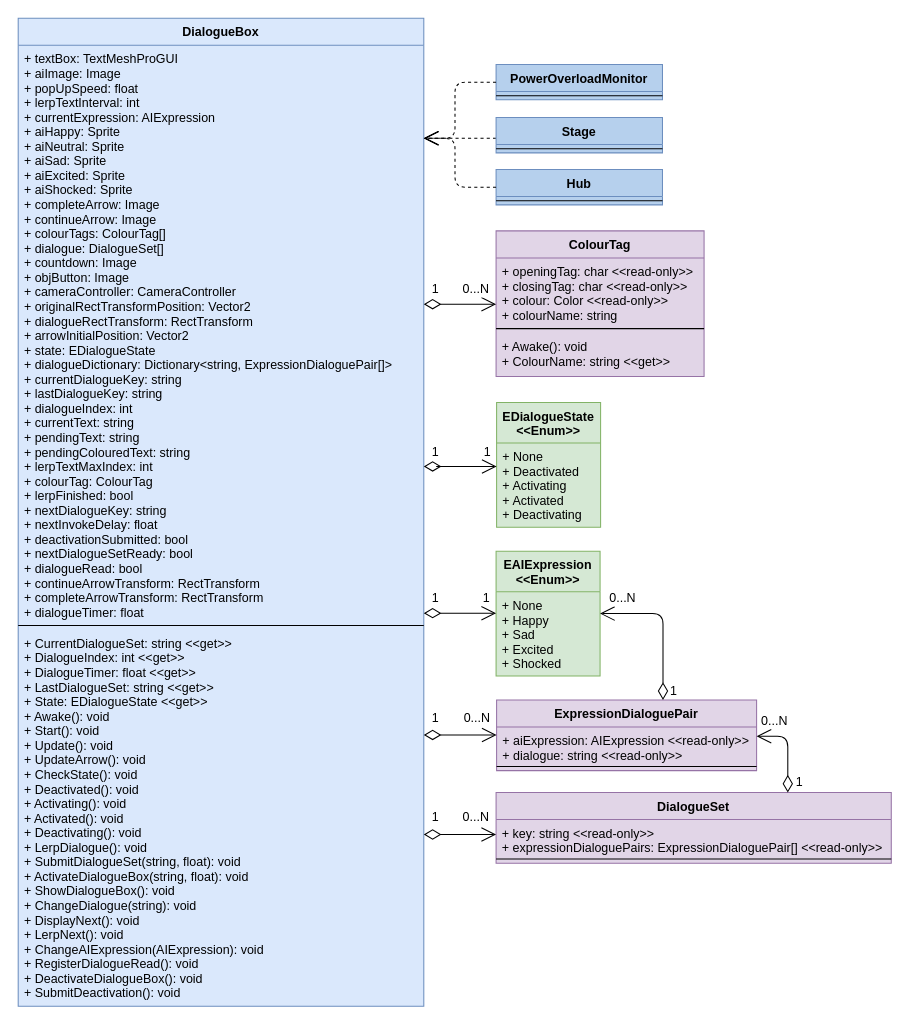
The draw.io diagram 31 - DOC - Custom Project D Level/Dialogue Restructure UML.drawio in huf0001/COS30031GamesProgramming, before the edit. Source tidied: cells renumbered, new cells numbered last; positions are measured from the earlier drawing's top-left corner, leaving out a move shared by most shapes. Both pictures are drawn from the tidied source at 104%, with x=0, y=0 at pixel (18, 18).
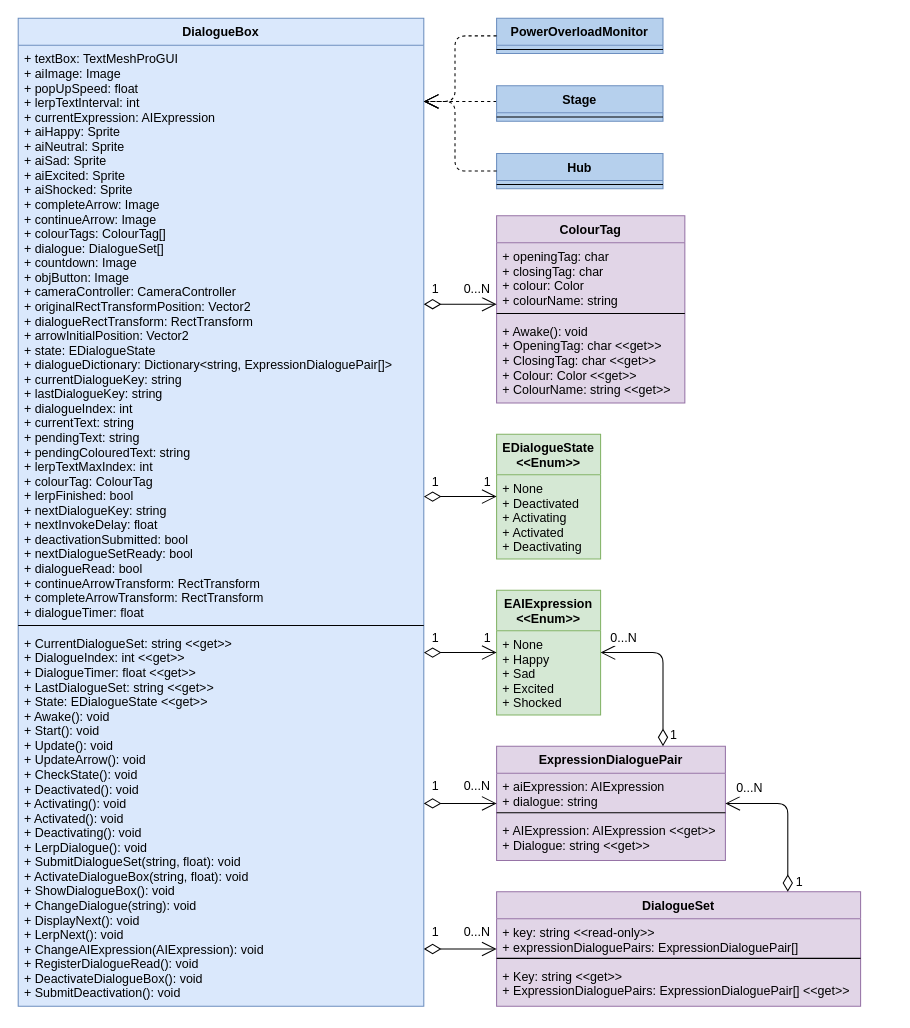
Above is the later version.

Commit message (it also covers changes not shown here):
Update to dialogue restructure uml

The change refers to these unchanged cells:
```xml
<mxCell id="2" value="DialogueBox" style="swimlane;fontStyle=1;align=center;verticalAlign=top;horizontal=1;startSize=26;fillColor=#dae8fc;strokeColor=#6c8ebf;swimlaneFillColor=#DAE8FC;" parent="1" vertex="1">
  <mxGeometry width="390" height="950" as="geometry" />
</mxCell>
```

What changed in the source:
```diff
@@
     <mxCell id="6" value="EAIExpression&#10;&lt;&lt;Enum&gt;&gt;" style="swimlane;fontStyle=1;align=center;verticalAlign=top;horizontal=1;startSize=39;fillColor=#d5e8d4;strokeColor=#82b366;swimlaneFillColor=#D5E8D4;" parent="1" vertex="1">
-      <mxGeometry x="459.5" y="512.5" width="100" height="120" as="geometry" />
+      <mxGeometry x="460" y="550" width="100" height="120" as="geometry" />
     </mxCell>
@@
     <mxCell id="8" value="ColourTag" style="swimlane;fontStyle=1;align=center;verticalAlign=top;horizontal=1;startSize=26;fillColor=#e1d5e7;strokeColor=#9673a6;swimlaneFillColor=#E1D5E7;" parent="1" vertex="1">
-      <mxGeometry x="459.5" y="204.5" width="200" height="140" as="geometry" />
+      <mxGeometry x="460" y="190" width="181" height="180" as="geometry" />
     </mxCell>
-    <mxCell id="9" value="+ openingTag: char &lt;&lt;read-only&gt;&gt;&#10;+ closingTag: char &lt;&lt;read-only&gt;&gt;&#10;+ colour: Color &lt;&lt;read-only&gt;&gt;&#10;+ colourName: string" style="text;strokeColor=none;fillColor=none;align=left;verticalAlign=top;spacingLeft=4;spacingRight=4;overflow=hidden;" parent="8" vertex="1">
-      <mxGeometry y="26" width="200" height="64" as="geometry" />
+    <mxCell id="9" value="+ openingTag: char&#10;+ closingTag: char&#10;+ colour: Color&#10;+ colourName: string" style="text;strokeColor=none;fillColor=none;align=left;verticalAlign=top;spacingLeft=4;spacingRight=4;overflow=hidden;" parent="8" vertex="1">
+      <mxGeometry y="26" width="181" height="64" as="geometry" />
     </mxCell>
     <mxCell id="10" style="line;strokeWidth=1;fillColor=none;align=left;verticalAlign=middle;spacingTop=-1;spacingLeft=3;spacingRight=3;labelPosition=right;" parent="8" vertex="1">
-      <mxGeometry y="90" width="200" height="8" as="geometry" />
+      <mxGeometry y="90" width="181" height="8" as="geometry" />
     </mxCell>
-    <mxCell id="11" value="+ Awake(): void&#10;+ ColourName: string &lt;&lt;get&gt;&gt;" style="text;strokeColor=none;fillColor=none;align=left;verticalAlign=top;spacingLeft=4;spacingRight=4;overflow=hidden;" parent="8" vertex="1">
-      <mxGeometry y="98" width="200" height="42" as="geometry" />
+    <mxCell id="11" value="+ Awake(): void&#10;+ OpeningTag: char &lt;&lt;get&gt;&gt;&#10;+ ClosingTag: char &lt;&lt;get&gt;&gt;&#10;+ Colour: Color &lt;&lt;get&gt;&gt;&#10;+ ColourName: string &lt;&lt;get&gt;&gt;" style="text;strokeColor=none;fillColor=none;align=left;verticalAlign=top;spacingLeft=4;spacingRight=4;overflow=hidden;" parent="8" vertex="1">
+      <mxGeometry y="98" width="181" height="82" as="geometry" />
     </mxCell>
     <mxCell id="12" value="ExpressionDialoguePair" style="swimlane;fontStyle=1;align=center;verticalAlign=top;horizontal=1;startSize=26;fillColor=#e1d5e7;strokeColor=#9673a6;swimlaneFillColor=#E1D5E7;" parent="1" vertex="1">
-      <mxGeometry x="460" y="655.5" width="250" height="68" as="geometry" />
+      <mxGeometry x="460" y="700" width="220" height="110" as="geometry" />
     </mxCell>
-    <mxCell id="13" value="+ aiExpression: AIExpression &lt;&lt;read-only&gt;&gt;&#10;+ dialogue: string &lt;&lt;read-only&gt;&gt;" style="text;strokeColor=none;fillColor=none;align=left;verticalAlign=top;spacingLeft=4;spacingRight=4;overflow=hidden;" parent="12" vertex="1">
-      <mxGeometry y="26" width="250" height="34" as="geometry" />
+    <mxCell id="13" value="+ aiExpression: AIExpression&#10;+ dialogue: string" style="text;strokeColor=none;fillColor=none;align=left;verticalAlign=top;spacingLeft=4;spacingRight=4;overflow=hidden;" parent="12" vertex="1">
+      <mxGeometry y="26" width="220" height="34" as="geometry" />
     </mxCell>
     <mxCell id="14" style="line;strokeWidth=1;fillColor=none;align=left;verticalAlign=middle;spacingTop=-1;spacingLeft=3;spacingRight=3;labelPosition=right;" parent="12" vertex="1">
-      <mxGeometry y="60" width="250" height="8" as="geometry" />
+      <mxGeometry y="60" width="220" height="8" as="geometry" />
     </mxCell>
+    <mxCell id="50" value="+ AIExpression: AIExpression &lt;&lt;get&gt;&gt;&#10;+ Dialogue: string &lt;&lt;get&gt;&gt;" style="text;strokeColor=none;fillColor=none;align=left;verticalAlign=top;spacingLeft=4;spacingRight=4;overflow=hidden;" parent="12" vertex="1">
+      <mxGeometry y="68" width="220" height="42" as="geometry" />
+    </mxCell>
     <mxCell id="15" value="DialogueSet" style="swimlane;fontStyle=1;align=center;verticalAlign=top;horizontal=1;startSize=26;fillColor=#e1d5e7;strokeColor=#9673a6;swimlaneFillColor=#E1D5E7;" parent="1" vertex="1">
-      <mxGeometry x="459.5" y="744.5" width="380" height="68" as="geometry" />
+      <mxGeometry x="460" y="840" width="350" height="110" as="geometry" />
     </mxCell>
-    <mxCell id="16" value="+ key: string &lt;&lt;read-only&gt;&gt;&#10;+ expressionDialoguePairs: ExpressionDialoguePair[] &lt;&lt;read-only&gt;&gt;" style="text;strokeColor=none;fillColor=none;align=left;verticalAlign=top;spacingLeft=4;spacingRight=4;overflow=hidden;" parent="15" vertex="1">
-      <mxGeometry y="26" width="380" height="34" as="geometry" />
+    <mxCell id="16" value="+ key: string &lt;&lt;read-only&gt;&gt;&#10;+ expressionDialoguePairs: ExpressionDialoguePair[]" style="text;strokeColor=none;fillColor=none;align=left;verticalAlign=top;spacingLeft=4;spacingRight=4;overflow=hidden;" parent="15" vertex="1">
+      <mxGeometry y="26" width="350" height="34" as="geometry" />
     </mxCell>
     <mxCell id="17" style="line;strokeWidth=1;fillColor=none;align=left;verticalAlign=middle;spacingTop=-1;spacingLeft=3;spacingRight=3;labelPosition=right;" parent="15" vertex="1">
-      <mxGeometry y="60" width="380" height="8" as="geometry" />
+      <mxGeometry y="60" width="350" height="8" as="geometry" />
     </mxCell>
+    <mxCell id="51" value="+ Key: string &lt;&lt;get&gt;&gt;&#10;+ ExpressionDialoguePairs: ExpressionDialoguePair[] &lt;&lt;get&gt;&gt;" style="text;strokeColor=none;fillColor=none;align=left;verticalAlign=top;spacingLeft=4;spacingRight=4;overflow=hidden;" parent="15" vertex="1">
+      <mxGeometry y="68" width="350" height="42" as="geometry" />
+    </mxCell>
@@
-    <mxCell id="21" style="endArrow=open;html=1;endSize=12;startArrow=diamondThin;startSize=14;startFill=0;edgeStyle=orthogonalEdgeStyle;align=left;verticalAlign=bottom;" parent="1" edge="1" target="6">
+    <mxCell id="21" style="endArrow=open;html=1;endSize=12;startArrow=diamondThin;startSize=14;startFill=0;edgeStyle=orthogonalEdgeStyle;align=left;verticalAlign=bottom;" parent="1" edge="1" source="2" target="6">
       <mxGeometry x="-0.43" y="25" relative="1" as="geometry">
-        <mxPoint x="390" y="572.1" as="sourcePoint" />
         <Array as="points">
-          <mxPoint x="420" y="572" />
-          <mxPoint x="420" y="572" />
+          <mxPoint x="410" y="610" />
+          <mxPoint x="410" y="610" />
         </Array>
       </mxGeometry>
     </mxCell>
@@
     <mxCell id="24" style="endArrow=open;html=1;endSize=12;startArrow=diamondThin;startSize=14;startFill=0;edgeStyle=orthogonalEdgeStyle;align=left;verticalAlign=bottom;" parent="1" edge="1" source="12" target="6">
       <mxGeometry x="-0.43" y="25" relative="1" as="geometry">
         <Array as="points">
-          <mxPoint x="620" y="572.5" />
+          <mxPoint x="620" y="610" />
         </Array>
       </mxGeometry>
     </mxCell>
@@
     <mxCell id="27" style="endArrow=open;html=1;endSize=12;startArrow=diamondThin;startSize=14;startFill=0;edgeStyle=orthogonalEdgeStyle;align=left;verticalAlign=bottom;" parent="1" edge="1" source="15" target="12">
       <mxGeometry x="-0.43" y="25" relative="1" as="geometry">
         <Array as="points">
-          <mxPoint x="740" y="690.5" />
+          <mxPoint x="740" y="755" />
         </Array>
       </mxGeometry>
     </mxCell>
@@
     <mxCell id="29" value="1" style="text;html=1;align=center;verticalAlign=middle;labelBackgroundColor=#ffffff;" parent="27" vertex="1">
       <mxGeometry x="-0.75" y="1" relative="1" as="geometry">
-        <mxPoint x="11.5" y="0.5" as="offset" />
+        <mxPoint x="11" y="8.5" as="offset" />
       </mxGeometry>
     </mxCell>
-    <mxCell id="30" style="endArrow=open;html=1;endSize=12;startArrow=diamondThin;startSize=14;startFill=0;edgeStyle=orthogonalEdgeStyle;align=left;verticalAlign=bottom;" parent="1" edge="1" target="15">
+    <mxCell id="30" style="endArrow=open;html=1;endSize=12;startArrow=diamondThin;startSize=14;startFill=0;edgeStyle=orthogonalEdgeStyle;align=left;verticalAlign=bottom;" parent="1" edge="1" source="2" target="15">
       <mxGeometry x="-0.43" y="25" relative="1" as="geometry">
-        <mxPoint x="390" y="784.9" as="sourcePoint" />
         <Array as="points">
-          <mxPoint x="420" y="785" />
-          <mxPoint x="420" y="785" />
+          <mxPoint x="410" y="895" />
+          <mxPoint x="410" y="895" />
         </Array>
       </mxGeometry>
     </mxCell>
@@
-    <mxCell id="33" style="endArrow=open;html=1;endSize=12;startArrow=diamondThin;startSize=14;startFill=0;edgeStyle=orthogonalEdgeStyle;align=left;verticalAlign=bottom;" parent="1" edge="1" target="12">
+    <mxCell id="33" style="endArrow=open;html=1;endSize=12;startArrow=diamondThin;startSize=14;startFill=0;edgeStyle=orthogonalEdgeStyle;align=left;verticalAlign=bottom;" parent="1" edge="1" source="2" target="12">
       <mxGeometry x="-0.43" y="25" relative="1" as="geometry">
-        <mxPoint x="390" y="689.2" as="sourcePoint" />
         <Array as="points">
-          <mxPoint x="430" y="689.5" />
-          <mxPoint x="430" y="689.5" />
+          <mxPoint x="410" y="755" />
+          <mxPoint x="410" y="755" />
         </Array>
       </mxGeometry>
     </mxCell>
@@
-    <mxCell id="36" style="endArrow=open;endSize=12;dashed=1;html=1;edgeStyle=orthogonalEdgeStyle;" parent="1" edge="1" source="37">
+    <mxCell id="36" style="endArrow=open;endSize=12;dashed=1;html=1;edgeStyle=orthogonalEdgeStyle;" parent="1" edge="1" source="37" target="2">
       <mxGeometry relative="1" as="geometry">
-        <mxPoint x="390" y="115.5" as="targetPoint" />
         <Array as="points">
-          <mxPoint x="430" y="115.5" />
-          <mxPoint x="430" y="115.5" />
+          <mxPoint x="430" y="80" />
+          <mxPoint x="430" y="80" />
         </Array>
       </mxGeometry>
     </mxCell>
     <mxCell id="37" value="Stage" style="swimlane;fontStyle=1;align=center;verticalAlign=top;horizontal=1;startSize=26;fillColor=#B6D0ED;strokeColor=#6c8ebf;swimlaneFillColor=#B6D0ED;" parent="1" vertex="1">
-      <mxGeometry x="459.5" y="95.5" width="160" height="34" as="geometry" />
+      <mxGeometry x="460" y="65" width="160" height="34" as="geometry" />
     </mxCell>
@@
     <mxCell id="39" value="Hub" style="swimlane;fontStyle=1;align=center;verticalAlign=top;horizontal=1;startSize=26;fillColor=#B6D0ED;strokeColor=#6c8ebf;swimlaneFillColor=#B6D0ED;" parent="1" vertex="1">
-      <mxGeometry x="459.5" y="145.5" width="160" height="34" as="geometry" />
+      <mxGeometry x="460" y="130" width="160" height="34" as="geometry" />
     </mxCell>
@@
-    <mxCell id="41" style="endArrow=open;endSize=12;dashed=1;html=1;edgeStyle=orthogonalEdgeStyle;" parent="1" edge="1" source="39">
+    <mxCell id="41" style="endArrow=open;endSize=12;dashed=1;html=1;edgeStyle=orthogonalEdgeStyle;" parent="1" edge="1" source="39" target="2">
       <mxGeometry relative="1" as="geometry">
-        <mxPoint x="390" y="115.5" as="targetPoint" />
         <Array as="points">
-          <mxPoint x="420" y="162.5" />
-          <mxPoint x="420" y="115.5" />
+          <mxPoint x="420" y="147" />
+          <mxPoint x="420" y="80" />
         </Array>
       </mxGeometry>
     </mxCell>
     <mxCell id="42" value="PowerOverloadMonitor" style="swimlane;fontStyle=1;align=center;verticalAlign=top;horizontal=1;startSize=26;fillColor=#B6D0ED;strokeColor=#6c8ebf;swimlaneFillColor=#B6D0ED;" parent="1" vertex="1">
-      <mxGeometry x="459.5" y="44.5" width="160" height="34" as="geometry" />
+      <mxGeometry x="460" width="160" height="34" as="geometry" />
     </mxCell>
@@
-    <mxCell id="44" style="endArrow=open;endSize=12;dashed=1;html=1;edgeStyle=orthogonalEdgeStyle;" parent="1" edge="1" source="42">
+    <mxCell id="44" style="endArrow=open;endSize=12;dashed=1;html=1;edgeStyle=orthogonalEdgeStyle;" parent="1" edge="1" source="42" target="2">
       <mxGeometry relative="1" as="geometry">
-        <mxPoint x="390" y="115.5" as="targetPoint" />
         <Array as="points">
-          <mxPoint x="420" y="61.5" />
-          <mxPoint x="420" y="115.5" />
+          <mxPoint x="420" y="17" />
+          <mxPoint x="420" y="80" />
         </Array>
       </mxGeometry>
     </mxCell>
     <mxCell id="45" value="EDialogueState&#10;&lt;&lt;Enum&gt;&gt;" style="swimlane;fontStyle=1;align=center;verticalAlign=top;horizontal=1;startSize=39;fillColor=#d5e8d4;strokeColor=#82b366;swimlaneFillColor=#D5E8D4;" parent="1" vertex="1">
-      <mxGeometry x="460" y="369.5" width="100" height="120" as="geometry" />
+      <mxGeometry x="460" y="400" width="100" height="120" as="geometry" />
     </mxCell>
@@
     <mxCell id="47" style="endArrow=open;html=1;endSize=12;startArrow=diamondThin;startSize=14;startFill=0;edgeStyle=orthogonalEdgeStyle;align=left;verticalAlign=bottom;" parent="1" edge="1" source="2" target="45">
       <mxGeometry x="-0.43" y="25" relative="1" as="geometry">
         <Array as="points">
-          <mxPoint x="400" y="431" />
-          <mxPoint x="400" y="431" />
+          <mxPoint x="430" y="460" />
+          <mxPoint x="430" y="460" />
         </Array>
       </mxGeometry>
     </mxCell>
```
